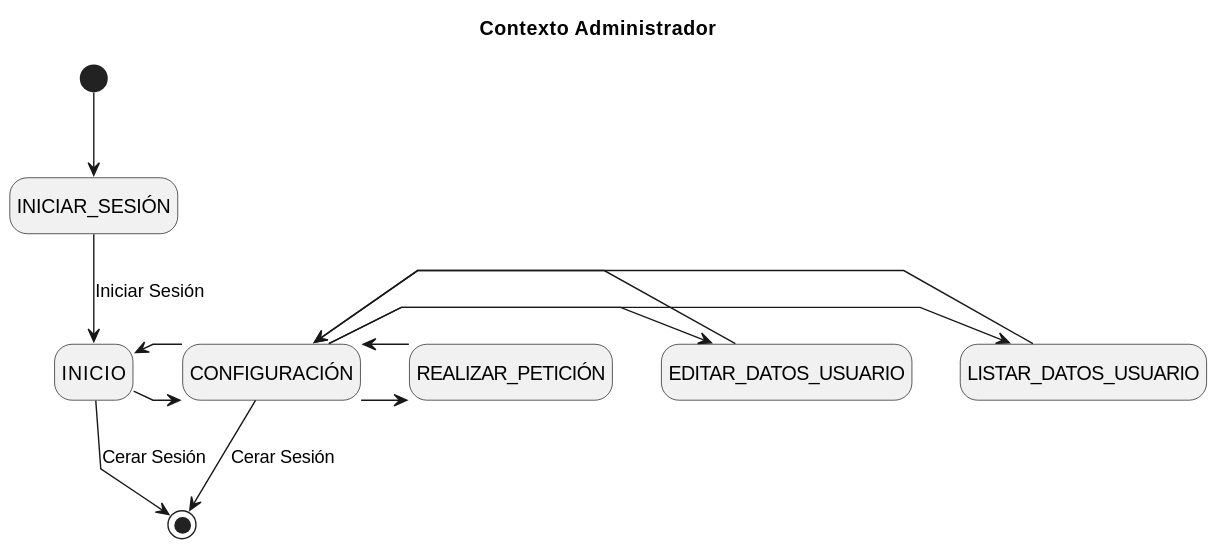
Above: Caso_de_Uso/Contexto/Administrador/Configuracion/Contexto.svg in mmasias/23-24-IdSw1-SDR (PlantUML), before the change.
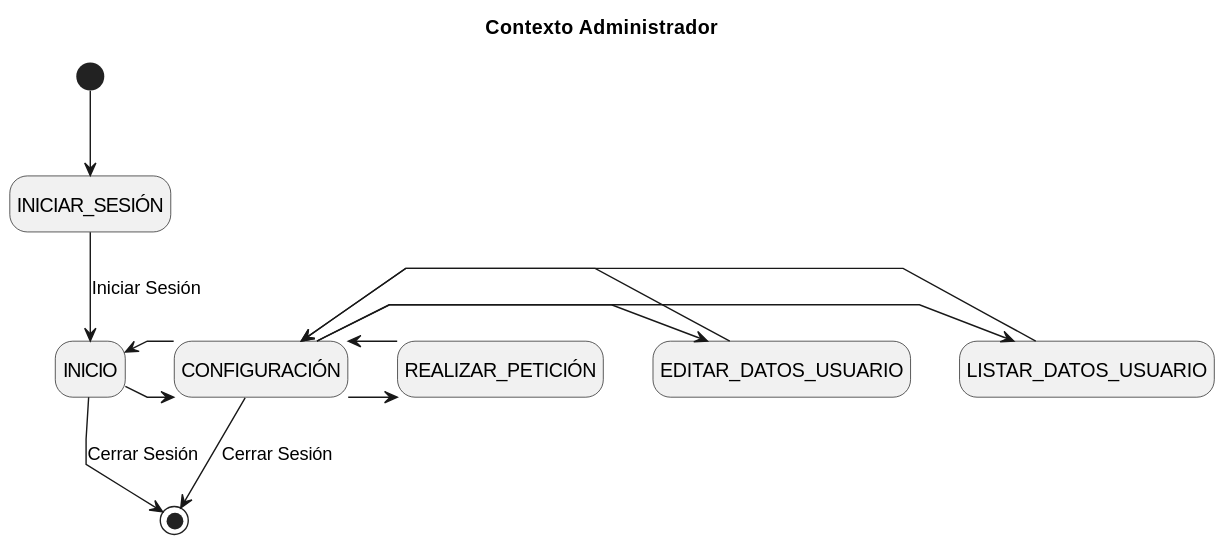
The same file after the commit.

The edit, as a diff of the source:
```diff
@@ -22,7 +22,7 @@
 CONFIGURACIÓN -> REALIZAR_PETICIÓN
 CONFIGURACIÓN <- REALIZAR_PETICIÓN
 
-INICIO --> [*] : Cerar Sesión
-CONFIGURACIÓN --> [*] : Cerar Sesión
+INICIO --> [*] : Cerrar Sesión
+CONFIGURACIÓN --> [*] : Cerrar Sesión
 
 @enduml
```
